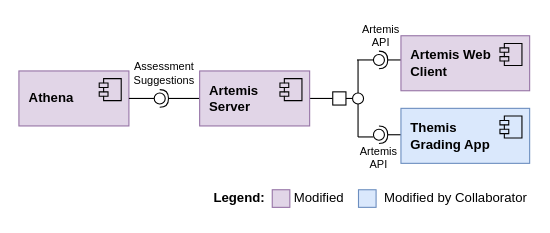
Before: page "overview" (2 of 10) of figures/src/subsystem-decomposition.drawio in pal03377/master-thesis, a draw.io diagram. Source tidied: cells renumbered, new cells numbered last; positions are measured from the earlier drawing's top-left corner, leaving out a move shared by most shapes. Both pictures are drawn from the tidied source at 110%, with x=0, y=0 at pixel (19, 19).
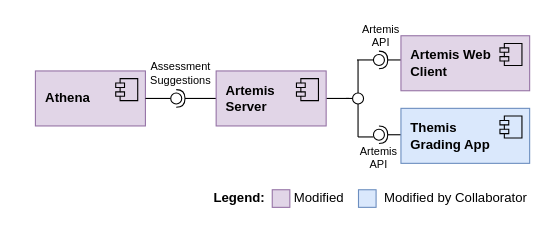
After the change.

Unchanged cells that the change refers to:
```xml
<mxCell id="12" style="ellipse;whiteSpace=wrap;html=1;align=center;points=[];outlineConnect=0;sketch=0;" parent="1" vertex="1">
  <mxGeometry x="303" y="67" width="10" height="10" as="geometry" />
</mxCell>
```

What changed in the source:
```diff
@@
     <mxCell id="2" value="&lt;b&gt;Athena&lt;/b&gt;" style="html=1;whiteSpace=wrap;align=left;spacingLeft=7;fillColor=#e1d5e7;strokeColor=#9673a6;" parent="1" vertex="1">
-      <mxGeometry x="-0.3" y="47" width="100" height="50" as="geometry" />
+      <mxGeometry x="14.7" y="47" width="100" height="50" as="geometry" />
     </mxCell>
@@
-    <mxCell id="4" style="edgeStyle=orthogonalEdgeStyle;rounded=0;jettySize=auto;html=1;exitX=1;exitY=0.5;exitDx=0;exitDy=0;entryX=0;entryY=0.5;entryDx=0;entryDy=0;endArrow=none;endFill=0;" parent="1" edge="1" source="22" target="8">
+    <mxCell id="4" style="edgeStyle=orthogonalEdgeStyle;rounded=0;jettySize=auto;html=1;exitX=1;exitY=0.5;exitDx=0;exitDy=0;entryX=0;entryY=0.5;entryDx=0;entryDy=0;endArrow=none;endFill=0;" parent="1" edge="1" source="22">
       <mxGeometry relative="1" as="geometry">
+        <mxPoint x="300" y="72" as="targetPoint" />
         <Array as="points">
-          <mxPoint x="284" y="72" />
-          <mxPoint x="284" y="72" />
+          <mxPoint x="299" y="72" />
+          <mxPoint x="299" y="72" />
         </Array>
       </mxGeometry>
     </mxCell>
@@
     <mxCell id="7" style="ellipse;whiteSpace=wrap;html=1;align=center;points=[];outlineConnect=0;sketch=0;" parent="1" vertex="1">
-      <mxGeometry x="122.7" y="67" width="10" height="10" as="geometry" />
+      <mxGeometry x="137.7" y="67" width="10" height="10" as="geometry" />
     </mxCell>
-    <mxCell id="8" style="whiteSpace=wrap;html=1;" parent="1" vertex="1">
-      <mxGeometry x="285" y="66" width="12" height="12" as="geometry" />
-    </mxCell>
-    <mxCell id="9" style="rounded=0;jettySize=auto;html=1;endArrow=none;endFill=0;sketch=0;sourcePerimeterSpacing=0;targetPerimeterSpacing=0;exitX=1;exitY=0.5;exitDx=0;exitDy=0;" parent="1" edge="1" source="8" target="12">
-      <mxGeometry relative="1" as="geometry" />
+    <mxCell id="9" style="rounded=0;jettySize=auto;html=1;endArrow=none;endFill=0;sketch=0;sourcePerimeterSpacing=0;targetPerimeterSpacing=0;exitX=1;exitY=0.5;exitDx=0;exitDy=0;" parent="1" edge="1" target="12">
+      <mxGeometry relative="1" as="geometry">
+        <mxPoint x="297" y="72" as="sourcePoint" />
+      </mxGeometry>
     </mxCell>
@@
     <mxCell id="19" value="Assessment&lt;br style=&quot;font-size: 10px;&quot;&gt;Suggestions" style="text;html=1;strokeColor=none;fillColor=none;align=center;verticalAlign=middle;whiteSpace=wrap;rounded=0;fontSize=10;" parent="1" vertex="1">
-      <mxGeometry x="101.7" y="34" width="60" height="30" as="geometry" />
+      <mxGeometry x="116.7" y="34" width="60" height="30" as="geometry" />
     </mxCell>
@@
     <mxCell id="22" value="&lt;b&gt;Artemis&lt;br&gt;Server&lt;br&gt;&lt;/b&gt;" style="html=1;whiteSpace=wrap;align=left;spacingLeft=7;fillColor=#e1d5e7;strokeColor=#9673a6;" parent="1" vertex="1">
-      <mxGeometry x="164" y="47" width="100" height="50" as="geometry" />
+      <mxGeometry x="179" y="47" width="100" height="50" as="geometry" />
     </mxCell>
```
